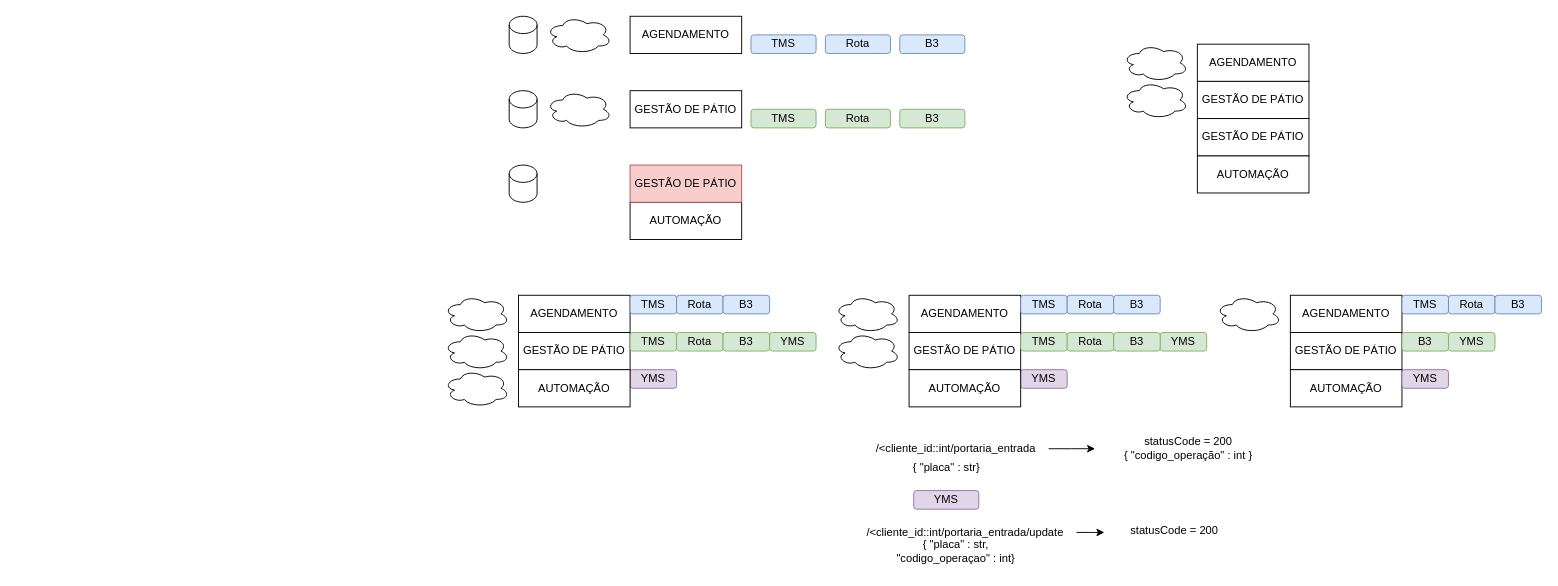
This is page "Página-3" (3 of 3) of test_flow.drawio from marcelopedroso/yms_tech, a draw.io file, before an edit. Source tidied: cells renumbered, new cells numbered last; positions are measured from the earlier drawing's top-left corner, leaving out a move shared by most shapes. Both pictures are drawn from the tidied source at 93%, with x=0, y=0 at pixel (444, 16).
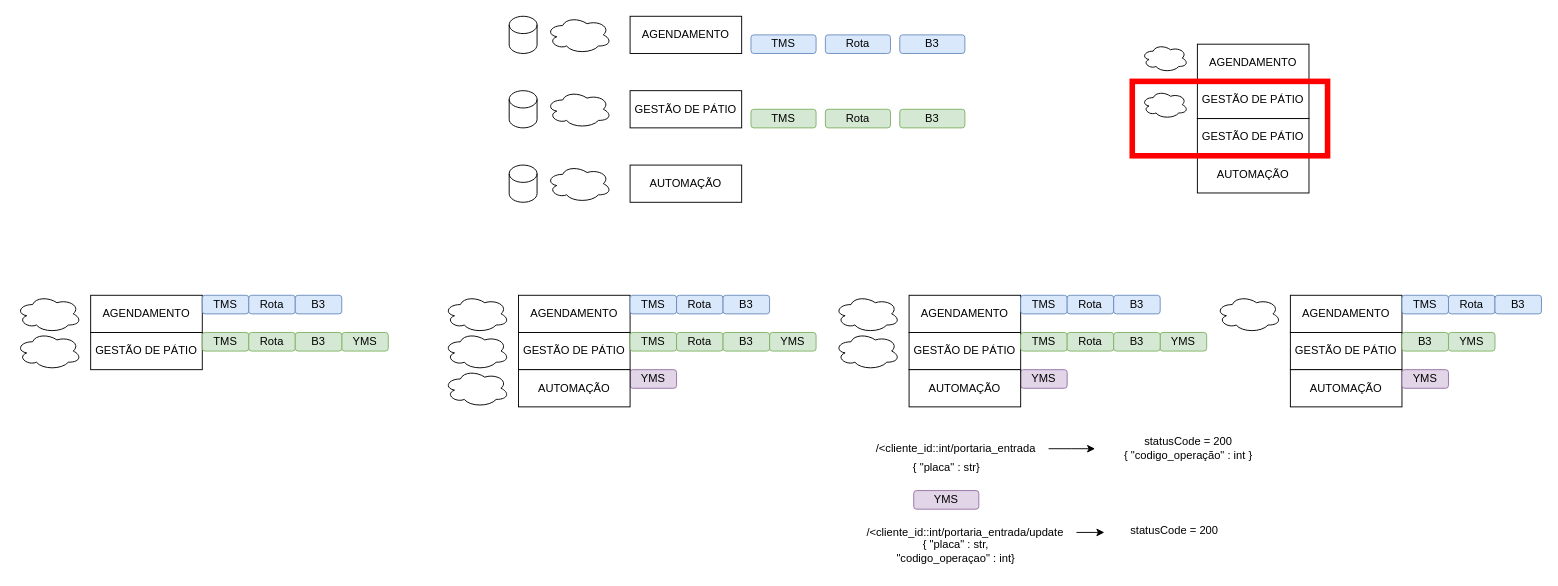
The same diagram, later.

Change to the diagram source:
```diff
@@
     <mxCell id="13" value="AUTOMAÇÃO" style="rounded=0;whiteSpace=wrap;html=1;" parent="1" vertex="1">
-      <mxGeometry x="200" y="200" width="120" height="40" as="geometry" />
+      <mxGeometry x="200" y="160" width="120" height="40" as="geometry" />
     </mxCell>
@@
-    <mxCell id="15" value="GESTÃO DE PÁTIO" style="rounded=0;whiteSpace=wrap;html=1;fillColor=#f8cecc;strokeColor=#b85450;" parent="1" vertex="1">
-      <mxGeometry x="200" y="160" width="120" height="40" as="geometry" />
-    </mxCell>
@@
     <mxCell id="31" style="ellipse;shape=cloud;whiteSpace=wrap;html=1;" parent="1" vertex="1">
-      <mxGeometry x="730" y="30" width="70" height="40" as="geometry" />
+      <mxGeometry x="750" y="30" width="50" height="30" as="geometry" />
     </mxCell>
@@
     <mxCell id="33" style="ellipse;shape=cloud;whiteSpace=wrap;html=1;" parent="1" vertex="1">
-      <mxGeometry x="730" y="70" width="70" height="40" as="geometry" />
+      <mxGeometry x="750" y="80" width="50" height="30" as="geometry" />
     </mxCell>
@@
+    <mxCell id="69" style="rounded=0;whiteSpace=wrap;html=1;strokeColor=#FF0000;strokeWidth=6;fillColor=none;" parent="1" vertex="1">
+      <mxGeometry x="740" y="70" width="210" height="80" as="geometry" />
+    </mxCell>
+    <mxCell id="70" value="YMS" style="rounded=1;whiteSpace=wrap;html=1;fillColor=#d5e8d4;strokeColor=#82b366;" parent="1" vertex="1">
+      <mxGeometry x="-110" y="340" width="50" height="20" as="geometry" />
+    </mxCell>
+    <mxCell id="71" value="AGENDAMENTO" style="rounded=0;whiteSpace=wrap;html=1;" parent="1" vertex="1">
+      <mxGeometry x="-380" y="300" width="120" height="40" as="geometry" />
+    </mxCell>
+    <mxCell id="15" value="GESTÃO DE PÁTIO" style="rounded=0;whiteSpace=wrap;html=1;" parent="1" vertex="1">
+      <mxGeometry x="-380" y="340" width="120" height="40" as="geometry" />
+    </mxCell>
+    <mxCell id="72" style="ellipse;shape=cloud;whiteSpace=wrap;html=1;" parent="1" vertex="1">
+      <mxGeometry x="-460" y="300" width="70" height="40" as="geometry" />
+    </mxCell>
+    <mxCell id="73" style="ellipse;shape=cloud;whiteSpace=wrap;html=1;" parent="1" vertex="1">
+      <mxGeometry x="-460" y="340" width="70" height="40" as="geometry" />
+    </mxCell>
+    <mxCell id="74" value="TMS" style="rounded=1;whiteSpace=wrap;html=1;fillColor=#d5e8d4;strokeColor=#82b366;" parent="1" vertex="1">
+      <mxGeometry x="-260" y="340" width="50" height="20" as="geometry" />
+    </mxCell>
+    <mxCell id="75" value="Rota" style="rounded=1;whiteSpace=wrap;html=1;fillColor=#d5e8d4;strokeColor=#82b366;" parent="1" vertex="1">
+      <mxGeometry x="-210" y="340" width="50" height="20" as="geometry" />
+    </mxCell>
+    <mxCell id="76" value="B3" style="rounded=1;whiteSpace=wrap;html=1;fillColor=#d5e8d4;strokeColor=#82b366;" parent="1" vertex="1">
+      <mxGeometry x="-160" y="340" width="50" height="20" as="geometry" />
+    </mxCell>
+    <mxCell id="77" value="TMS" style="rounded=1;whiteSpace=wrap;html=1;fillColor=#dae8fc;strokeColor=#6c8ebf;" parent="1" vertex="1">
+      <mxGeometry x="-260" y="300" width="50" height="20" as="geometry" />
+    </mxCell>
+    <mxCell id="78" value="Rota" style="rounded=1;whiteSpace=wrap;html=1;fillColor=#dae8fc;strokeColor=#6c8ebf;" parent="1" vertex="1">
+      <mxGeometry x="-210" y="300" width="50" height="20" as="geometry" />
+    </mxCell>
+    <mxCell id="79" value="B3" style="rounded=1;whiteSpace=wrap;html=1;fillColor=#dae8fc;strokeColor=#6c8ebf;" parent="1" vertex="1">
+      <mxGeometry x="-160" y="300" width="50" height="20" as="geometry" />
+    </mxCell>
+    <mxCell id="80" style="ellipse;shape=cloud;whiteSpace=wrap;html=1;" parent="1" vertex="1">
+      <mxGeometry x="110" y="160" width="70" height="40" as="geometry" />
+    </mxCell>
```
